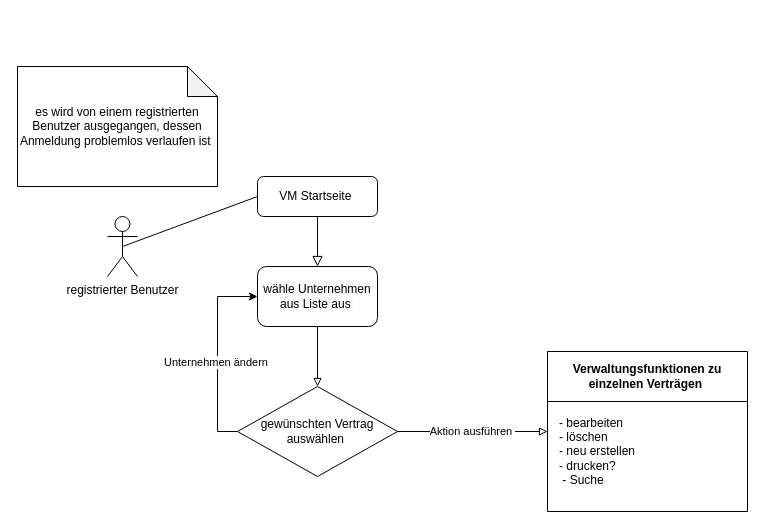
This is Aktivitätsdirgramm.drawio from Sxmple-DavidSchmidt/Vertragsmanager, a draw.io file, before an edit. Source tidied: cells renumbered, new cells numbered last; positions are measured from the earlier drawing's top-left corner, leaving out a move shared by most shapes. Both pictures are drawn from the tidied source at 100%, with x=0, y=0 at pixel (17, 66).
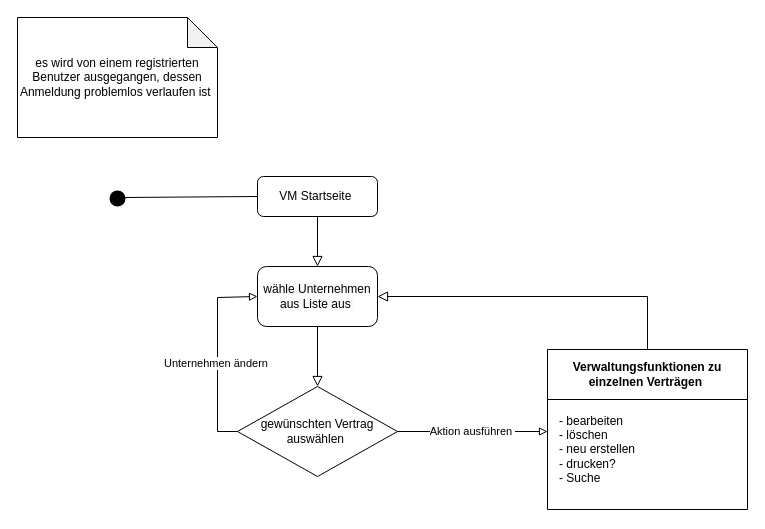
Above is the later version.

The edit, as a diff of the source:
```diff
@@
 <mxGraphModel>
   <root>
     <mxCell id="0" />
     <mxCell id="1" parent="0" />
     <mxCell id="2" style="rounded=0;html=1;jettySize=auto;fontSize=11;endArrow=block;endFill=0;endSize=8;strokeWidth=1;shadow=0;labelBackgroundColor=none;edgeStyle=orthogonalEdgeStyle;entryX=0.5;entryY=0;entryDx=0;entryDy=0;" parent="1" edge="1" source="3" target="6">
       <mxGeometry relative="1" as="geometry" />
     </mxCell>
     <mxCell id="3" value="VM Startseite&amp;nbsp;" style="rounded=1;whiteSpace=wrap;html=1;fontSize=12;glass=0;strokeWidth=1;shadow=0;" parent="1" vertex="1">
       <mxGeometry x="240" y="110" width="120" height="40" as="geometry" />
     </mxCell>
     <mxCell id="4" value="es wird von einem registrierten Benutzer ausgegangen, dessen Anmeldung problemlos verlaufen ist&amp;nbsp;" style="shape=note;whiteSpace=wrap;html=1;backgroundOutline=1;darkOpacity=0.05;" parent="1" vertex="1">
-      <mxGeometry width="200" height="120" as="geometry" />
+      <mxGeometry y="-49" width="200" height="120" as="geometry" />
     </mxCell>
-    <mxCell id="5" style="edgeStyle=orthogonalEdgeStyle;rounded=0;jettySize=auto;html=1;entryX=0.5;entryY=0;entryDx=0;entryDy=0;endArrow=block;endFill=0;" parent="1" edge="1" source="6" target="9">
-      <mxGeometry relative="1" as="geometry" />
-    </mxCell>
     <mxCell id="6" value="&lt;span style=&quot;color: rgb(0, 0, 0); font-family: Helvetica; font-size: 12px; font-style: normal; font-variant-ligatures: normal; font-variant-caps: normal; font-weight: 400; letter-spacing: normal; orphans: 2; text-align: center; text-indent: 0px; text-transform: none; white-space: normal; widows: 2; word-spacing: 0px; -webkit-text-stroke-width: 0px; background-color: rgb(251, 251, 251); text-decoration-thickness: initial; text-decoration-style: initial; text-decoration-color: initial; display: inline !important; float: none;&quot;&gt;wähle Unternehmen aus Liste aus&amp;nbsp;&lt;/span&gt;" style="rounded=1;whiteSpace=wrap;html=1;" parent="1" vertex="1">
       <mxGeometry x="240" y="200" width="120" height="60" as="geometry" />
     </mxCell>
-    <mxCell id="7" value="registrierter Benutzer" style="shape=umlActor;verticalLabelPosition=bottom;verticalAlign=top;html=1;outlineConnect=0;" parent="1" vertex="1">
-      <mxGeometry x="90" y="150" width="30" height="60" as="geometry" />
-    </mxCell>
-    <mxCell id="8" style="endArrow=none;html=1;rounded=0;entryX=0;entryY=0.5;entryDx=0;entryDy=0;exitX=0.5;exitY=0.5;exitDx=0;exitDy=0;exitPerimeter=0;" parent="1" edge="1" source="7" target="3">
-      <mxGeometry relative="1" as="geometry" />
+    <mxCell id="8" style="endArrow=none;html=1;rounded=0;entryX=0;entryY=0.5;entryDx=0;entryDy=0;exitX=0.5;exitY=0.5;exitDx=0;exitDy=0;exitPerimeter=0;" parent="1" edge="1" target="3">
+      <mxGeometry relative="1" as="geometry">
+        <mxPoint x="105" y="131" as="sourcePoint" />
+      </mxGeometry>
     </mxCell>
     <mxCell id="9" value="gewünschten Vertrag auswählen&amp;nbsp;" style="rhombus;whiteSpace=wrap;html=1;" parent="1" vertex="1">
       <mxGeometry x="220" y="320" width="160" height="90" as="geometry" />
     </mxCell>
-    <mxCell id="10" style="endArrow=classic;html=1;rounded=0;exitX=0;exitY=0.5;exitDx=0;exitDy=0;entryX=0;entryY=0.5;entryDx=0;entryDy=0;" parent="1" edge="1" source="9" target="6">
+    <mxCell id="10" style="endArrow=block;html=1;rounded=0;exitX=0;exitY=0.5;exitDx=0;exitDy=0;entryX=0;entryY=0.5;entryDx=0;entryDy=0;endFill=0;" parent="1" edge="1" source="9" target="6">
       <mxGeometry relative="1" as="geometry">
         <Array as="points">
           <mxPoint x="200" y="365" />
-          <mxPoint x="200" y="230" />
+          <mxPoint x="200" y="231" />
         </Array>
       </mxGeometry>
     </mxCell>
     <mxCell id="11" value="Unternehmen ändern&amp;nbsp;" style="edgeLabel;html=1;align=center;verticalAlign=middle;" parent="10" vertex="1">
       <mxGeometry x="-0.08" y="1" relative="1" as="geometry" />
     </mxCell>
     <mxCell id="12" value="Verwaltungsfunktionen zu einzelnen Verträgen&amp;nbsp;" style="swimlane;whiteSpace=wrap;html=1;startSize=50;" parent="1" vertex="1">
-      <mxGeometry x="530" y="285" width="200" height="160" as="geometry" />
+      <mxGeometry x="530" y="283" width="200" height="160" as="geometry" />
     </mxCell>
-    <mxCell id="13" value="- bearbeiten&amp;nbsp;&lt;div&gt;- löschen&amp;nbsp;&lt;/div&gt;&lt;div&gt;- neu erstellen&lt;/div&gt;&lt;div&gt;- drucken?&amp;nbsp;&lt;/div&gt;&lt;div&gt;&amp;nbsp;- Suche&amp;nbsp;&lt;/div&gt;" style="text;html=1;align=left;verticalAlign=middle;strokeColor=none;fillColor=none;" parent="12" vertex="1">
+    <mxCell id="13" value="- bearbeiten&amp;nbsp;&lt;div&gt;- löschen&amp;nbsp;&lt;/div&gt;&lt;div&gt;- neu erstellen&lt;/div&gt;&lt;div&gt;- drucken?&amp;nbsp;&lt;/div&gt;&lt;div&gt;- Suche&amp;nbsp;&lt;/div&gt;" style="text;html=1;align=left;verticalAlign=middle;strokeColor=none;fillColor=none;" parent="12" vertex="1">
       <mxGeometry x="10" y="55" width="100" height="90" as="geometry" />
     </mxCell>
-    <mxCell id="14" value="Aktion ausführen&amp;nbsp;" style="endArrow=block;html=1;rounded=0;exitX=1;exitY=0.5;exitDx=0;exitDy=0;endFill=0;entryX=0;entryY=0.5;entryDx=0;entryDy=0;" parent="1" edge="1" source="9" target="12">
-      <mxGeometry relative="1" as="geometry" />
+    <mxCell id="14" value="Aktion ausführen&amp;nbsp;" style="endArrow=block;html=1;rounded=0;exitX=1;exitY=0.5;exitDx=0;exitDy=0;endFill=0;entryX=0;entryY=0.5;entryDx=0;entryDy=0;" parent="1" edge="1" source="9">
+      <mxGeometry relative="1" as="geometry">
+        <mxPoint x="530" y="365" as="targetPoint" />
+      </mxGeometry>
     </mxCell>
+    <mxCell id="15" style="strokeWidth=2;html=1;shape=mxgraph.flowchart.start_1;whiteSpace=wrap;fillColor=#000000;" parent="1" vertex="1">
+      <mxGeometry x="93" y="125" width="14" height="14" as="geometry" />
+    </mxCell>
+    <mxCell id="16" style="rounded=0;html=1;jettySize=auto;fontSize=11;endArrow=block;endFill=0;endSize=8;strokeWidth=1;shadow=0;labelBackgroundColor=none;edgeStyle=orthogonalEdgeStyle;entryX=1;entryY=0.5;entryDx=0;entryDy=0;exitX=0.5;exitY=0;exitDx=0;exitDy=0;" parent="1" edge="1" source="12" target="6">
+      <mxGeometry relative="1" as="geometry" />
+    </mxCell>
+    <mxCell id="5" style="rounded=0;html=1;jettySize=auto;fontSize=11;endArrow=block;endFill=0;endSize=8;strokeWidth=1;shadow=0;labelBackgroundColor=none;edgeStyle=orthogonalEdgeStyle;entryX=0.5;entryY=0;entryDx=0;entryDy=0;exitX=0.5;exitY=1;exitDx=0;exitDy=0;" parent="1" edge="1" source="6" target="9">
+      <mxGeometry relative="1" as="geometry" />
+    </mxCell>
   </root>
 </mxGraphModel>
```
